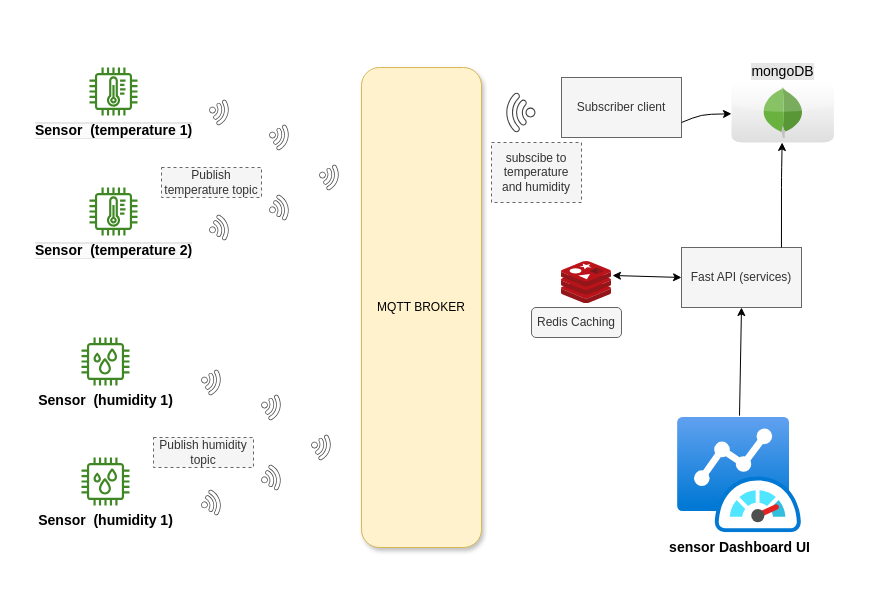
This is architechture/architechture.drawio from sanketwagh147/exalens-test, a draw.io file, before an edit. Source tidied: cells renumbered, new cells numbered last; positions are measured from the earlier drawing's top-left corner, leaving out a move shared by most shapes. Both pictures are drawn from the tidied source at 100%, with x=0, y=0 at pixel (81, 67).
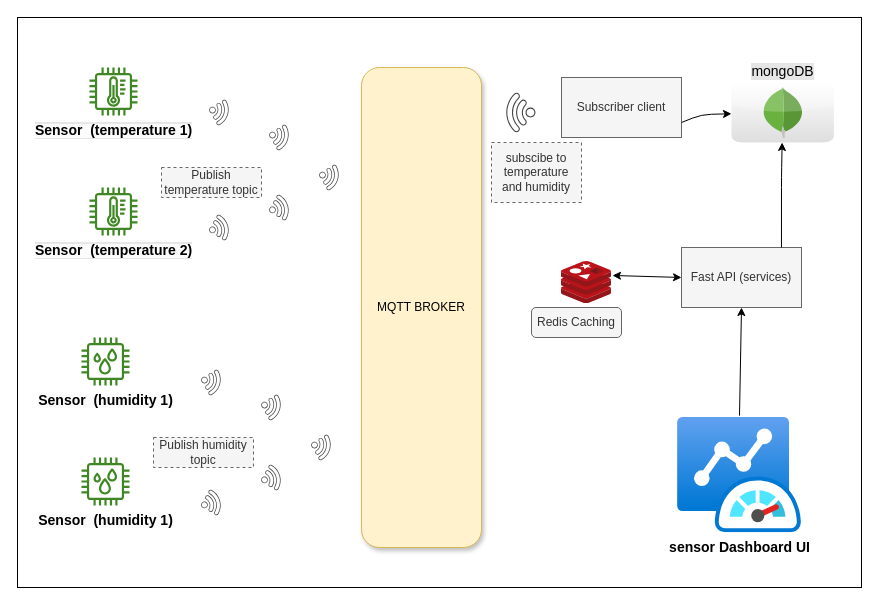
The same page after the edit.

Commit message (it also covers changes not shown here):
bg color arch white

The edit, as a diff of the source:
```diff
@@
+    <mxCell id="31" style="rounded=0;whiteSpace=wrap;html=1;" parent="1" vertex="1">
+      <mxGeometry x="-64" y="-50" width="844" height="570" as="geometry" />
+    </mxCell>
```
